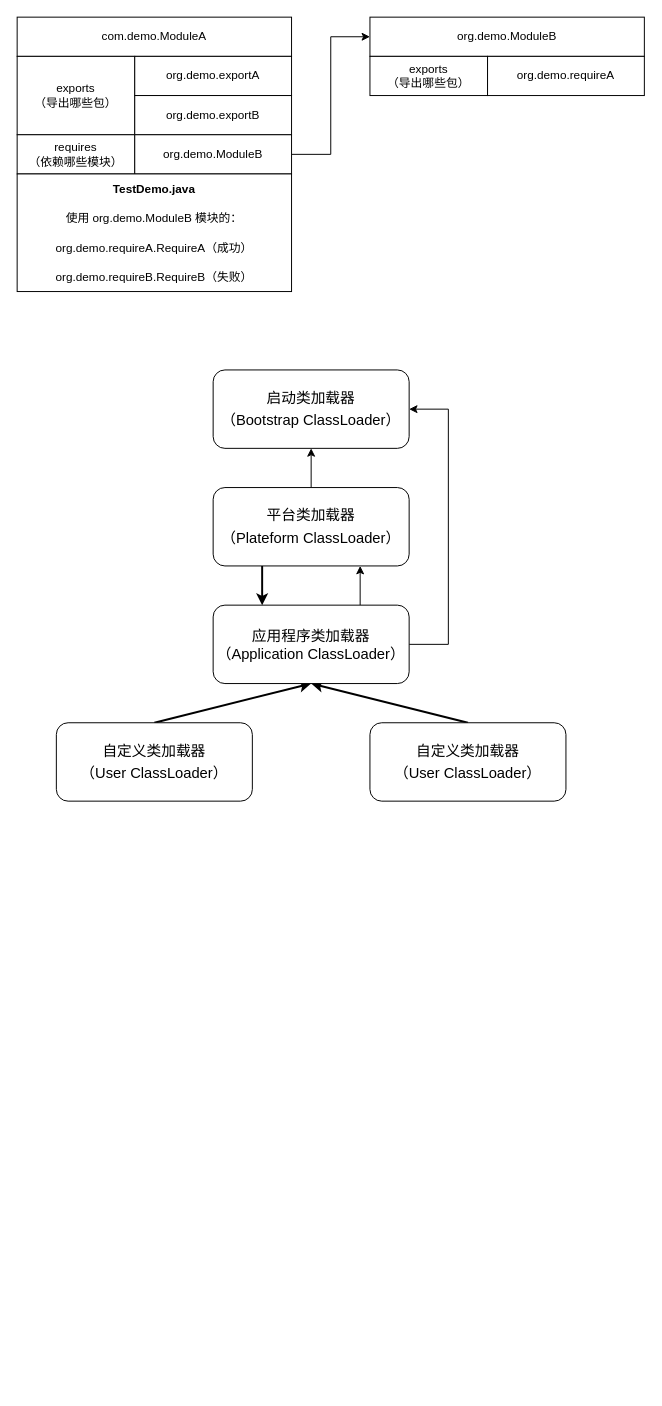
zero-97/picture-of-the-article keeps this draw.io diagram as Java 9 新特性：模块化/Java 9 新特性：模块化.drawio. Above is the earlier version. Source tidied: cells renumbered, new cells numbered last; positions are measured from the earlier drawing's top-left corner, leaving out a move shared by most shapes. Both pictures are drawn from the tidied source at 98%, with x=0, y=0 at pixel (17, 17).
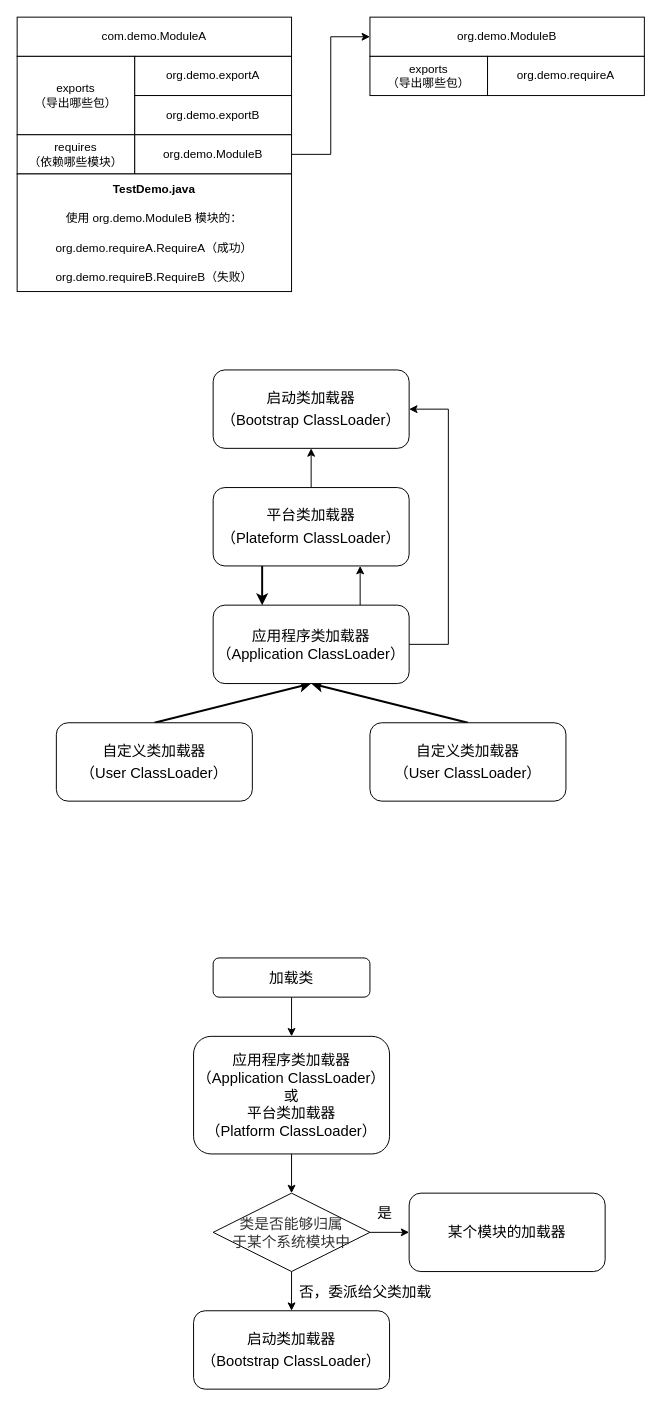
The same page after the edit.

Commit message:
Update Java 9 新特性：模块化.drawio

Change to the diagram source:
```diff
@@
+    <mxCell id="24" style="edgeStyle=orthogonalEdgeStyle;rounded=0;jettySize=auto;html=1;fontSize=15;" parent="1" edge="1" source="25" target="27">
+      <mxGeometry relative="1" as="geometry" />
+    </mxCell>
+    <mxCell id="25" value="加载类" style="rounded=1;whiteSpace=wrap;html=1;fontSize=15;" parent="1" vertex="1">
+      <mxGeometry x="200" y="960" width="160" height="40" as="geometry" />
+    </mxCell>
+    <mxCell id="26" style="edgeStyle=orthogonalEdgeStyle;rounded=0;jettySize=auto;html=1;fontSize=15;" parent="1" edge="1" source="27" target="30">
+      <mxGeometry relative="1" as="geometry" />
+    </mxCell>
+    <mxCell id="27" value="应用程序类加载器&lt;br&gt;（Application ClassLoader）&lt;br&gt;或&lt;br&gt;平台类加载器&lt;br&gt;（Platform ClassLoader）" style="rounded=1;whiteSpace=wrap;html=1;fontSize=15;" parent="1" vertex="1">
+      <mxGeometry x="180" y="1040" width="200" height="120" as="geometry" />
+    </mxCell>
+    <mxCell id="28" style="edgeStyle=orthogonalEdgeStyle;rounded=0;jettySize=auto;html=1;fontSize=15;" parent="1" edge="1" source="30" target="32">
+      <mxGeometry relative="1" as="geometry" />
+    </mxCell>
+    <mxCell id="29" style="edgeStyle=orthogonalEdgeStyle;rounded=0;jettySize=auto;html=1;fontSize=15;" parent="1" edge="1" source="30" target="33">
+      <mxGeometry relative="1" as="geometry" />
+    </mxCell>
+    <mxCell id="30" value="&lt;font style=&quot;font-size: 15px&quot;&gt;&lt;span style=&quot;color: rgb(51 , 51 , 51) ; text-align: justify&quot;&gt;类&lt;/span&gt;&lt;span style=&quot;color: rgb(51 , 51 , 51) ; text-align: justify&quot;&gt;是&lt;/span&gt;&lt;span style=&quot;color: rgb(51 , 51 , 51) ; text-align: justify&quot;&gt;否&lt;/span&gt;&lt;span style=&quot;color: rgb(51 , 51 , 51) ; text-align: justify&quot;&gt;能够&lt;/span&gt;&lt;span style=&quot;color: rgb(51 , 51 , 51) ; text-align: justify&quot;&gt;归属&lt;br&gt;于某个系统模块中&lt;/span&gt;&lt;/font&gt;" style="rhombus;whiteSpace=wrap;html=1;fontSize=15;" parent="1" vertex="1">
+      <mxGeometry x="200" y="1200" width="160" height="80" as="geometry" />
+    </mxCell>
+    <mxCell id="31" value="否，委派给父类加载" style="text;html=1;align=center;verticalAlign=middle;strokeColor=none;fillColor=none;fontSize=15;" parent="1" vertex="1">
+      <mxGeometry x="280" y="1290" width="150" height="20" as="geometry" />
+    </mxCell>
+    <mxCell id="32" value="&lt;p style=&quot;line-height: 1.5&quot;&gt;启动类加载器&lt;br&gt;（Bootstrap ClassLoader）&lt;br&gt;&lt;/p&gt;" style="rounded=1;whiteSpace=wrap;html=1;fontSize=15;" parent="1" vertex="1">
+      <mxGeometry x="180" y="1320" width="200" height="80" as="geometry" />
+    </mxCell>
+    <mxCell id="33" value="&lt;p style=&quot;line-height: 1.5&quot;&gt;某个模块的加载器&lt;/p&gt;" style="rounded=1;whiteSpace=wrap;html=1;fontSize=15;" parent="1" vertex="1">
+      <mxGeometry x="400" y="1200" width="200" height="80" as="geometry" />
+    </mxCell>
+    <mxCell id="34" value="是" style="text;html=1;align=center;verticalAlign=middle;strokeColor=none;fillColor=none;fontSize=15;" parent="1" vertex="1">
+      <mxGeometry x="360" y="1210" width="30" height="20" as="geometry" />
+    </mxCell>
```
